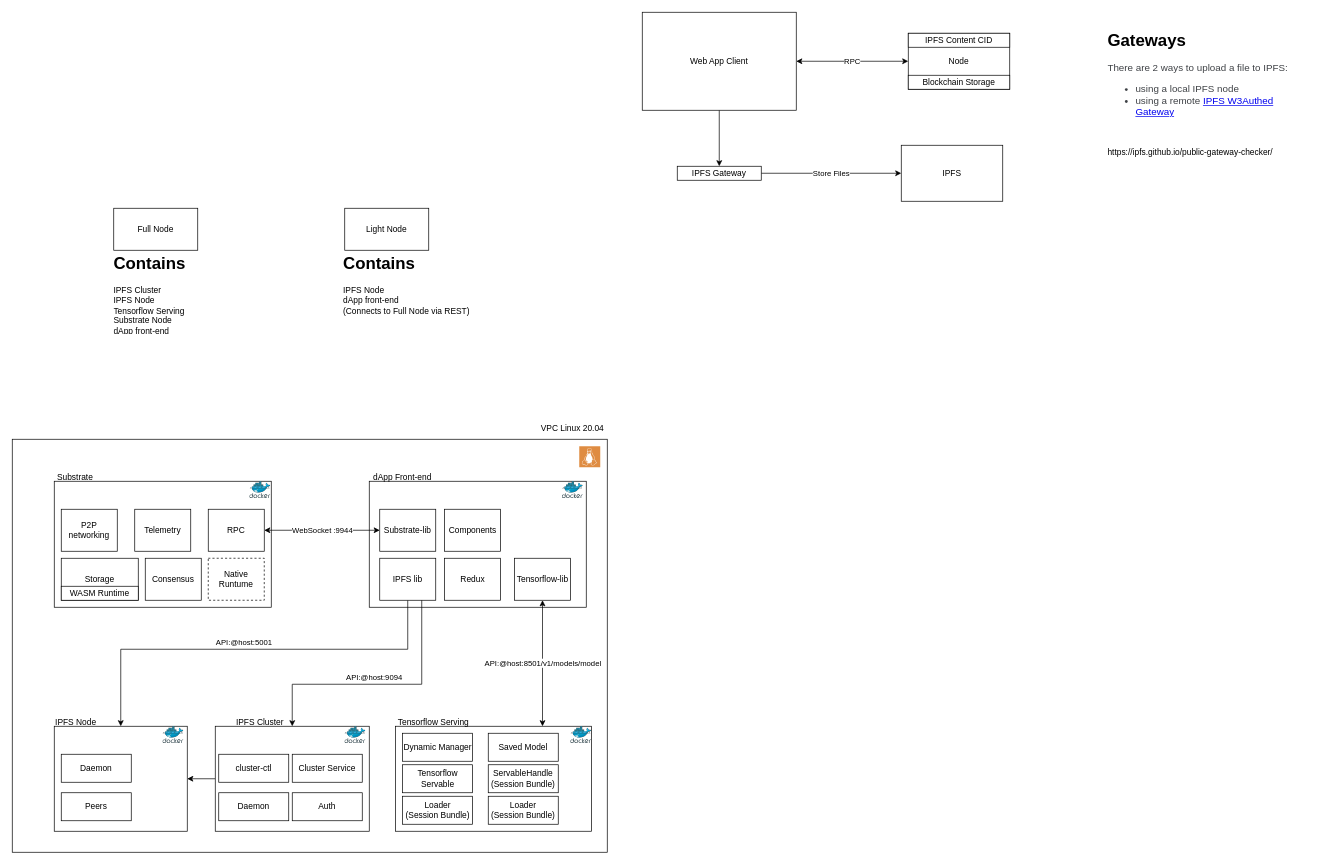
UniversalDot/documents keeps this draw.io diagram as designs/architecture/IPFS Diagram.drawio. Above is the earlier version. Source tidied: cells renumbered, new cells numbered last; positions are measured from the earlier drawing's top-left corner, leaving out a move shared by most shapes. Both pictures are drawn from the tidied source at 70%, with x=0, y=0 at pixel (12, 12). Pictures stored in the file or linked from it are replaced by grey dashed boxes.
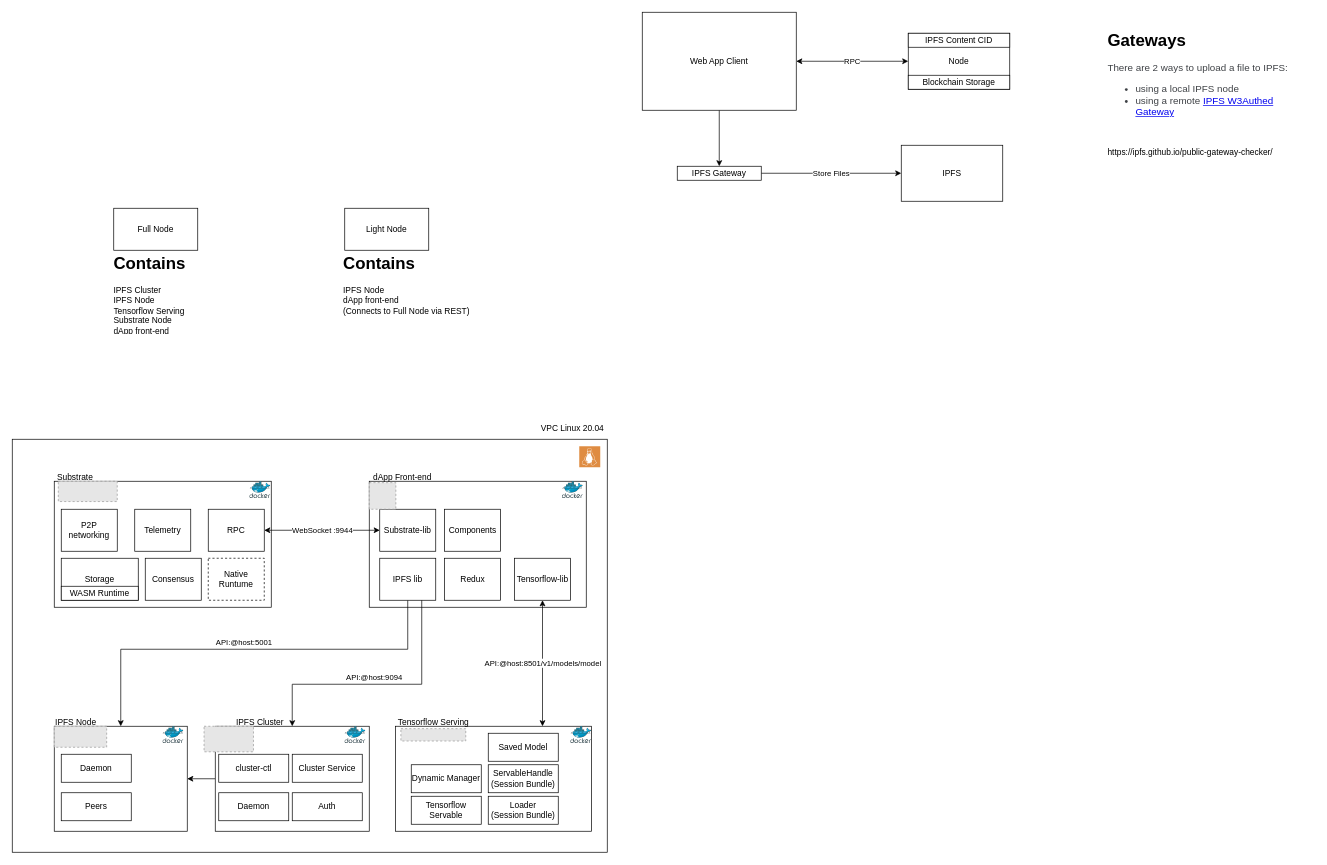
The same diagram, later.

Change to the diagram source:
```diff
@@
     <mxCell id="32" value="Tensorflow Servable" style="rounded=0;whiteSpace=wrap;html=1;" parent="1" vertex="1">
-      <mxGeometry x="557.5" y="1075" width="100" height="40" as="geometry" />
+      <mxGeometry x="570" y="1120" width="100" height="40" as="geometry" />
     </mxCell>
-    <mxCell id="33" value="Loader &lt;br&gt;(Session Bundle)" style="rounded=0;whiteSpace=wrap;html=1;" parent="1" vertex="1">
-      <mxGeometry x="557.5" y="1120" width="100" height="40" as="geometry" />
-    </mxCell>
@@
     <mxCell id="35" value="Dynamic Manager" style="rounded=0;whiteSpace=wrap;html=1;" parent="1" vertex="1">
-      <mxGeometry x="557.5" y="1030" width="100" height="40" as="geometry" />
+      <mxGeometry x="570" y="1075" width="100" height="40" as="geometry" />
     </mxCell>
@@
+    <mxCell id="63" style="fillColor=#E6E6E6;strokeColor=#999999;dashed=1;verticalLabelPosition=bottom;labelBackgroundColor=default;verticalAlign=top;" parent="1" vertex="1">
+      <mxGeometry x="60" y="1020" width="74.9" height="30" as="geometry" />
+    </mxCell>
+    <mxCell id="64" style="fillColor=#E6E6E6;strokeColor=#999999;dashed=1;verticalLabelPosition=bottom;labelBackgroundColor=default;verticalAlign=top;" parent="1" vertex="1">
+      <mxGeometry x="274" y="1020" width="70.6" height="36.5" as="geometry" />
+    </mxCell>
+    <mxCell id="65" style="fillColor=#E6E6E6;strokeColor=#999999;dashed=1;verticalLabelPosition=bottom;labelBackgroundColor=default;verticalAlign=top;" parent="1" vertex="1">
+      <mxGeometry x="555.2" y="1023.4" width="92.7" height="17.7" as="geometry" />
+    </mxCell>
+    <mxCell id="66" style="fillColor=#E6E6E6;strokeColor=#999999;dashed=1;verticalLabelPosition=bottom;labelBackgroundColor=default;verticalAlign=top;" parent="1" vertex="1">
+      <mxGeometry x="65.8" y="670" width="84.2" height="29" as="geometry" />
+    </mxCell>
+    <mxCell id="67" style="fillColor=#E6E6E6;strokeColor=#999999;dashed=1;html=1;verticalAlign=top;verticalLabelPosition=bottom;labelBackgroundColor=#ffffff;" parent="1" vertex="1">
+      <mxGeometry x="510" y="672" width="38" height="38" as="geometry" />
+    </mxCell>
```
